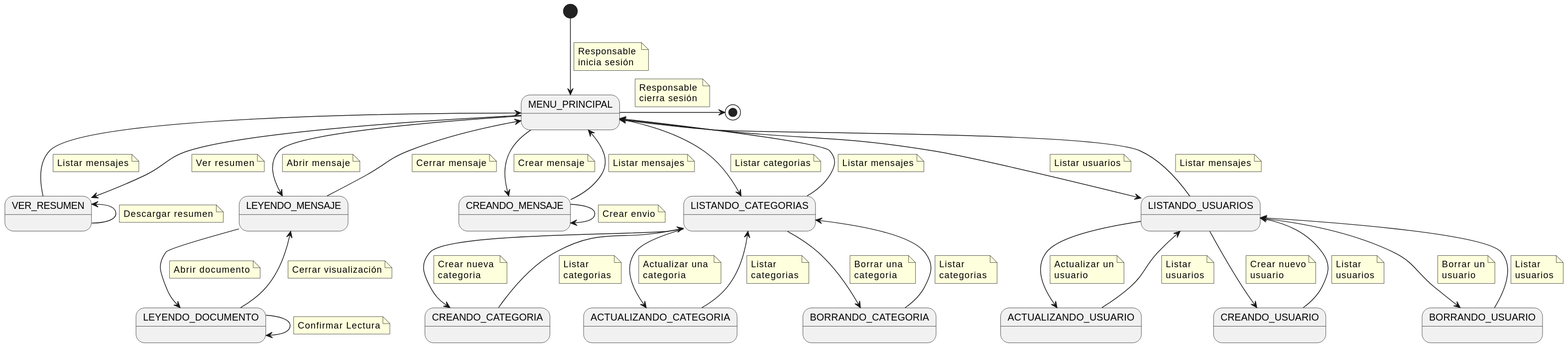
Before: docs/casosDeUso/diagramaDeContexto/DiagramaDeContextoResponsable/diagramaContextoResponsable.svg, a diagram exported from PlantUML (mmasias/24-25-IdSw1-SDR). Its diagram source:
```plantuml
@startuml
state "MENU_PRINCIPAL" as MenuPrincipal
state "CREANDO_MENSAJE" as CreandoMensaje
state "VER_RESUMEN" as VerResumen
state "LEYENDO_MENSAJE" as LeyendoMensaje
state "LEYENDO_DOCUMENTO" as LeyendoDocumento
state "LISTANDO_CATEGORIAS" as Categorias
state "CREANDO_CATEGORIA" as CreandoCategoria
state "ACTUALIZANDO_CATEGORIA" as ActualizandoCategoria
state "BORRANDO_CATEGORIA" as BorrandoCategoria
state "LISTANDO_USUARIOS" as Usuarios
state "ACTUALIZANDO_USUARIO" as ActualizandoUsuario
state "CREANDO_USUARIO" as CreandoUsuario
state "BORRANDO_USUARIO" as BorrandoUsuario

[*] --> MenuPrincipal
    note on link
        Responsable
        inicia sesión
    end note

MenuPrincipal -> [*]
    note on link
        Responsable
        cierra sesión
    end note


MenuPrincipal --> LeyendoMensaje
    note on link
        Abrir mensaje
    end note

LeyendoMensaje -> LeyendoDocumento
    note on link
        Abrir documento
    end note

LeyendoDocumento --> LeyendoDocumento
    note on link
        Confirmar Lectura
    end note

LeyendoDocumento --> LeyendoMensaje
    note on link
        Cerrar visualización
    end note

LeyendoMensaje --> MenuPrincipal
    note on link
        Cerrar mensaje
    end note

MenuPrincipal --> CreandoMensaje
    note on link
        Crear mensaje
    end note

CreandoMensaje --> CreandoMensaje
    note on link
        Crear envio
    end note

MenuPrincipal--> VerResumen
    note on link
        Ver resumen
    end note

VerResumen -l-> MenuPrincipal
    note on link
        Listar mensajes
    end note

VerResumen -l-> VerResumen
    note on link
        Descargar resumen
    end note

CreandoMensaje --> MenuPrincipal
    note on link
        Listar mensajes
    end note

MenuPrincipal --> Categorias
    note on link
        Listar categorias
    end note

Categorias --> CreandoCategoria
    note on link
        Crear nueva
        categoria
    end note

CreandoCategoria --> Categorias
    note on link
        Listar
        categorias
    end note

Categorias --> ActualizandoCategoria
    note on link
        Actualizar una
        categoria
    end note

ActualizandoCategoria --> Categorias
    note on link
        Listar
        categorias
    end note

Categorias --> BorrandoCategoria
    note on link
        Borrar una
        categoria
    end note

BorrandoCategoria --> Categorias
    note on link
        Listar
        categorias
    end note

Categorias --> MenuPrincipal
    note on link
        Listar mensajes
    end note

MenuPrincipal --> Usuarios
    note on link
        Listar usuarios
    end note

Usuarios --> CreandoUsuario
    note on link
        Crear nuevo
        usuario
    end note

CreandoUsuario --> Usuarios
    note on link
        Listar
        usuarios
    end note

Usuarios --> ActualizandoUsuario
    note on link
        Actualizar un
        usuario
    end note

ActualizandoUsuario --> Usuarios
    note on link
        Listar
        usuarios
    end note

Usuarios --> BorrandoUsuario
    note on link
        Borrar un
        usuario
    end note

BorrandoUsuario --> Usuarios
    note on link
        Listar
        usuarios
    end note

Usuarios --> MenuPrincipal
    note on link
        Listar mensajes
    end note
@enduml
```
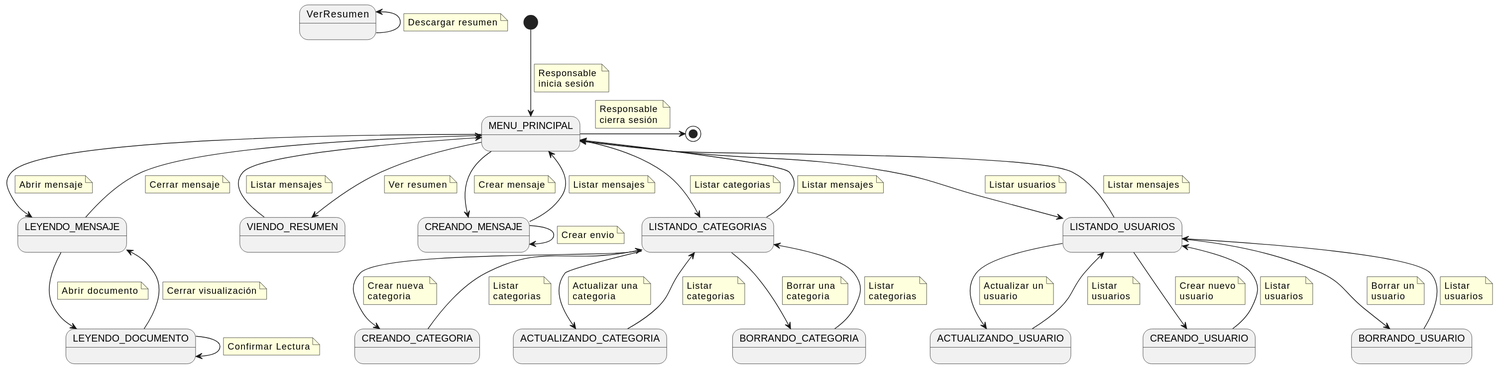
The same diagram one commit later.

Commit message:
Actualizando nombres e imagen

Change to the diagram source:
```diff
@@ -1,7 +1,7 @@
 @startuml
 state "MENU_PRINCIPAL" as MenuPrincipal
 state "CREANDO_MENSAJE" as CreandoMensaje
-state "VER_RESUMEN" as VerResumen
+state "VIENDO_RESUMEN" as ViendoResumen
 state "LEYENDO_MENSAJE" as LeyendoMensaje
 state "LEYENDO_DOCUMENTO" as LeyendoDocumento
 state "LISTANDO_CATEGORIAS" as Categorias
@@ -61,12 +61,12 @@
         Crear envio
     end note
 
-MenuPrincipal--> VerResumen
+MenuPrincipal--> ViendoResumen
     note on link
         Ver resumen
     end note
 
-VerResumen -l-> MenuPrincipal
+ViendoResumen -l-> MenuPrincipal
     note on link
         Listar mensajes
     end note
```
